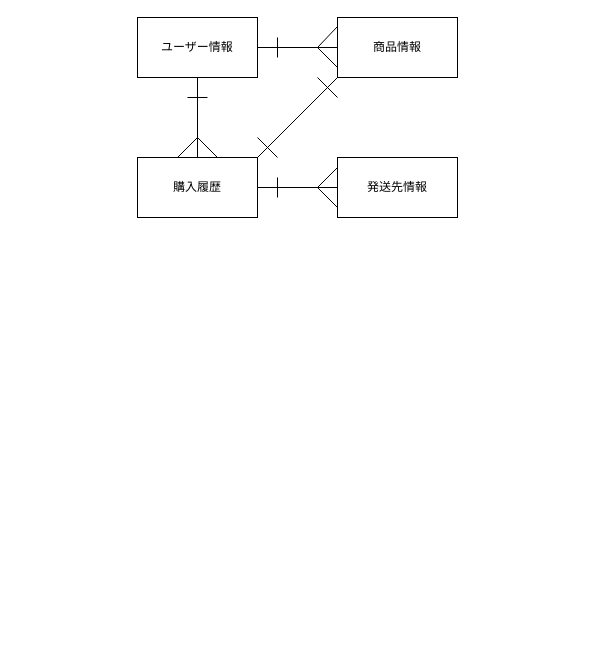
Sedwardy/furima-37775 keeps this draw.io diagram as furima.dio. Above is the earlier version. Source tidied: cells renumbered, new cells numbered last; positions are measured from the earlier drawing's top-left corner, leaving out a move shared by most shapes. Both pictures are drawn from the tidied source at 100%, with x=0, y=0 at pixel (137, 17).
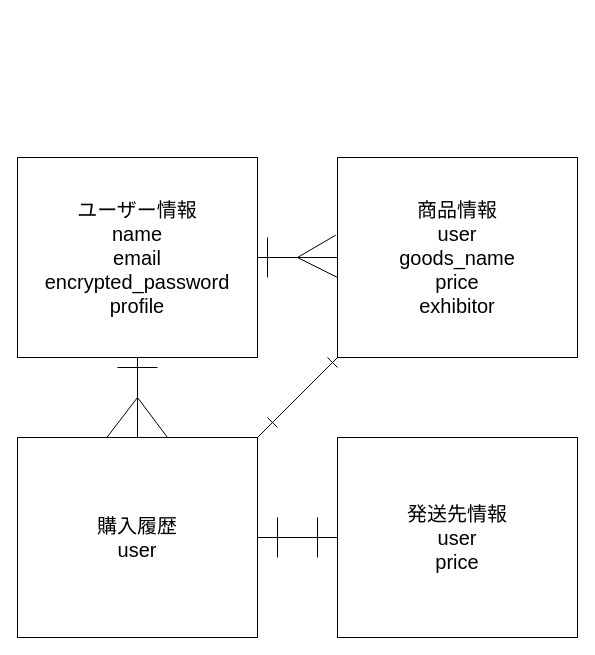
Above is the later version.

What changed in the source:
```diff
@@
-    <mxCell id="2" value="商品情報" style="rounded=0;whiteSpace=wrap;html=1;" parent="1" vertex="1">
-      <mxGeometry x="200" width="120" height="60" as="geometry" />
+    <mxCell id="2" value="&lt;font style=&quot;font-size: 20px&quot;&gt;商品情報&lt;br&gt;user&lt;br&gt;goods_name&lt;br&gt;price&lt;br&gt;exhibitor&lt;br&gt;&lt;/font&gt;" style="rounded=0;whiteSpace=wrap;html=1;" parent="1" vertex="1">
+      <mxGeometry x="200" y="140" width="240" height="200" as="geometry" />
     </mxCell>
-    <mxCell id="3" value="ユーザー情報" style="rounded=0;whiteSpace=wrap;html=1;" parent="1" vertex="1">
-      <mxGeometry width="120" height="60" as="geometry" />
+    <mxCell id="3" value="&lt;font style=&quot;font-size: 20px&quot;&gt;ユーザー情報&lt;br&gt;name&lt;br&gt;email&lt;br&gt;encrypted_password&lt;br&gt;profile&lt;/font&gt;" style="rounded=0;whiteSpace=wrap;html=1;" parent="1" vertex="1">
+      <mxGeometry x="-120" y="140" width="240" height="200" as="geometry" />
     </mxCell>
-    <mxCell id="4" value="発送先情報" style="rounded=0;whiteSpace=wrap;html=1;" parent="1" vertex="1">
-      <mxGeometry x="200" y="140" width="120" height="60" as="geometry" />
+    <mxCell id="4" value="&lt;font style=&quot;font-size: 20px&quot;&gt;発送先情報&lt;br&gt;user&lt;br&gt;price&lt;br&gt;&lt;/font&gt;" style="rounded=0;whiteSpace=wrap;html=1;" parent="1" vertex="1">
+      <mxGeometry x="200" y="420" width="240" height="200" as="geometry" />
     </mxCell>
-    <mxCell id="5" value="購入履歴" style="rounded=0;whiteSpace=wrap;html=1;" parent="1" vertex="1">
-      <mxGeometry y="140" width="120" height="60" as="geometry" />
-    </mxCell>
@@
-    <mxCell id="7" style="endArrow=none;html=1;exitX=1;exitY=0.5;exitDx=0;exitDy=0;entryX=0;entryY=0.5;entryDx=0;entryDy=0;" parent="1" edge="1" source="3" target="2">
-      <mxGeometry relative="1" as="geometry" />
-    </mxCell>
     <mxCell id="8" style="endArrow=none;html=1;exitX=1;exitY=0.5;exitDx=0;exitDy=0;" parent="1" edge="1" source="5">
       <mxGeometry relative="1" as="geometry">
-        <mxPoint x="200" y="170" as="targetPoint" />
+        <mxPoint x="200" y="520" as="targetPoint" />
       </mxGeometry>
     </mxCell>
-    <mxCell id="9" style="endArrow=none;html=1;entryX=0;entryY=1;entryDx=0;entryDy=0;" parent="1" edge="1" target="2">
-      <mxGeometry relative="1" as="geometry">
-        <mxPoint x="120" y="140" as="sourcePoint" />
-      </mxGeometry>
+    <mxCell id="9" style="endArrow=none;html=1;exitX=1;exitY=0;exitDx=0;exitDy=0;entryX=0;entryY=1;entryDx=0;entryDy=0;" parent="1" edge="1" source="5" target="2">
+      <mxGeometry relative="1" as="geometry" />
     </mxCell>
-    <mxCell id="10" style="endArrow=none;html=1;" parent="1" edge="1">
-      <mxGeometry relative="1" as="geometry">
-        <mxPoint x="60" y="120" as="sourcePoint" />
-        <mxPoint x="80" y="140" as="targetPoint" />
-      </mxGeometry>
-    </mxCell>
-    <mxCell id="11" style="endArrow=none;html=1;" parent="1" edge="1">
+    <mxCell id="11" style="endArrow=none;html=1;startArrow=none;" parent="1" edge="1" source="5">
       <mxGeometry relative="1" as="geometry">
-        <mxPoint x="60" y="120" as="sourcePoint" />
-        <mxPoint x="40" y="140" as="targetPoint" />
+        <mxPoint x="54" y="420" as="targetPoint" />
       </mxGeometry>
     </mxCell>
-    <mxCell id="12" style="endArrow=none;html=1;" parent="1" edge="1">
-      <mxGeometry relative="1" as="geometry">
-        <mxPoint x="50" y="80" as="sourcePoint" />
-        <mxPoint x="70" y="80" as="targetPoint" />
-      </mxGeometry>
-    </mxCell>
-    <mxCell id="13" style="endArrow=none;html=1;" parent="1" edge="1">
-      <mxGeometry relative="1" as="geometry">
-        <mxPoint x="140" y="40" as="sourcePoint" />
-        <mxPoint x="140" y="20" as="targetPoint" />
-      </mxGeometry>
-    </mxCell>
-    <mxCell id="14" style="endArrow=none;html=1;entryX=0;entryY=0.15;entryDx=0;entryDy=0;entryPerimeter=0;" parent="1" edge="1" target="2">
-      <mxGeometry relative="1" as="geometry">
-        <mxPoint x="180" y="30" as="sourcePoint" />
-      </mxGeometry>
-    </mxCell>
-    <mxCell id="15" style="endArrow=none;html=1;" parent="1" edge="1">
-      <mxGeometry relative="1" as="geometry">
-        <mxPoint x="180" y="30" as="sourcePoint" />
-        <mxPoint x="200" y="50" as="targetPoint" />
-      </mxGeometry>
-    </mxCell>
     <mxCell id="16" style="endArrow=none;html=1;" parent="1" edge="1">
       <mxGeometry relative="1" as="geometry">
-        <mxPoint x="140" y="140" as="sourcePoint" />
-        <mxPoint x="120" y="120" as="targetPoint" />
+        <mxPoint x="140" y="410" as="sourcePoint" />
+        <mxPoint x="130" y="400" as="targetPoint" />
       </mxGeometry>
     </mxCell>
     <mxCell id="17" style="endArrow=none;html=1;" parent="1" edge="1">
       <mxGeometry relative="1" as="geometry">
-        <mxPoint x="180" y="60" as="sourcePoint" />
-        <mxPoint x="200" y="80" as="targetPoint" />
+        <mxPoint x="190" y="340" as="sourcePoint" />
+        <mxPoint x="200" y="350" as="targetPoint" />
+        <Array as="points">
+          <mxPoint x="190" y="340" />
+        </Array>
       </mxGeometry>
     </mxCell>
-    <mxCell id="18" style="endArrow=none;html=1;" parent="1" edge="1">
-      <mxGeometry relative="1" as="geometry">
-        <mxPoint x="140" y="180" as="sourcePoint" />
-        <mxPoint x="140" y="160" as="targetPoint" />
-      </mxGeometry>
-    </mxCell>
-    <mxCell id="19" style="endArrow=none;html=1;" parent="1" edge="1">
-      <mxGeometry relative="1" as="geometry">
-        <mxPoint x="180" y="170" as="sourcePoint" />
-        <mxPoint x="200" y="150" as="targetPoint" />
-      </mxGeometry>
-    </mxCell>
-    <mxCell id="20" style="endArrow=none;html=1;" parent="1" edge="1">
-      <mxGeometry relative="1" as="geometry">
-        <mxPoint x="180" y="170" as="sourcePoint" />
-        <mxPoint x="200" y="190" as="targetPoint" />
-      </mxGeometry>
-    </mxCell>
+    <mxCell id="5" value="&lt;font style=&quot;font-size: 20px&quot;&gt;購入履歴&lt;br&gt;user&lt;br&gt;&lt;/font&gt;" style="rounded=0;whiteSpace=wrap;html=1;" parent="1" vertex="1">
+      <mxGeometry x="-120" y="420" width="240" height="200" as="geometry" />
+    </mxCell>
+    <mxCell id="7" style="endArrow=none;html=1;exitX=1;exitY=0.5;exitDx=0;exitDy=0;entryX=0;entryY=0.5;entryDx=0;entryDy=0;" parent="1" edge="1" source="3" target="2">
+      <mxGeometry relative="1" as="geometry" />
+    </mxCell>
+    <mxCell id="21" style="endArrow=none;html=1;" parent="1" edge="1">
+      <mxGeometry relative="1" as="geometry">
+        <mxPoint x="130" y="260" as="sourcePoint" />
+        <mxPoint x="130" y="220" as="targetPoint" />
+      </mxGeometry>
+    </mxCell>
+    <mxCell id="22" style="endArrow=none;html=1;entryX=-0.007;entryY=0.388;entryDx=0;entryDy=0;entryPerimeter=0;" parent="1" edge="1" target="2">
+      <mxGeometry relative="1" as="geometry">
+        <mxPoint x="160" y="240" as="sourcePoint" />
+      </mxGeometry>
+    </mxCell>
+    <mxCell id="23" style="endArrow=none;html=1;" parent="1" edge="1">
+      <mxGeometry relative="1" as="geometry">
+        <mxPoint x="160" y="240" as="sourcePoint" />
+        <mxPoint x="200" y="260" as="targetPoint" />
+      </mxGeometry>
+    </mxCell>
+    <mxCell id="24" style="endArrow=none;html=1;fontSize=20;exitX=0.371;exitY=0.002;exitDx=0;exitDy=0;exitPerimeter=0;" parent="1" edge="1" source="5">
+      <mxGeometry relative="1" as="geometry">
+        <mxPoint y="380" as="targetPoint" />
+      </mxGeometry>
+    </mxCell>
+    <mxCell id="25" style="endArrow=none;html=1;fontSize=20;" parent="1" edge="1">
+      <mxGeometry relative="1" as="geometry">
+        <mxPoint x="30" y="420" as="sourcePoint" />
+        <mxPoint y="380" as="targetPoint" />
+      </mxGeometry>
+    </mxCell>
+    <mxCell id="26" style="endArrow=none;html=1;fontSize=20;" parent="1" edge="1">
+      <mxGeometry relative="1" as="geometry">
+        <mxPoint x="140" y="540" as="sourcePoint" />
+        <mxPoint x="140" y="500" as="targetPoint" />
+      </mxGeometry>
+    </mxCell>
+    <mxCell id="27" style="endArrow=none;html=1;fontSize=20;" parent="1" edge="1">
+      <mxGeometry relative="1" as="geometry">
+        <mxPoint x="180" y="540" as="sourcePoint" />
+        <mxPoint x="180" y="500" as="targetPoint" />
+      </mxGeometry>
+    </mxCell>
+    <mxCell id="28" style="endArrow=none;html=1;fontSize=20;" parent="1" edge="1">
+      <mxGeometry relative="1" as="geometry">
+        <mxPoint x="-20" y="350" as="sourcePoint" />
+        <mxPoint x="20" y="350" as="targetPoint" />
+      </mxGeometry>
+    </mxCell>
```
